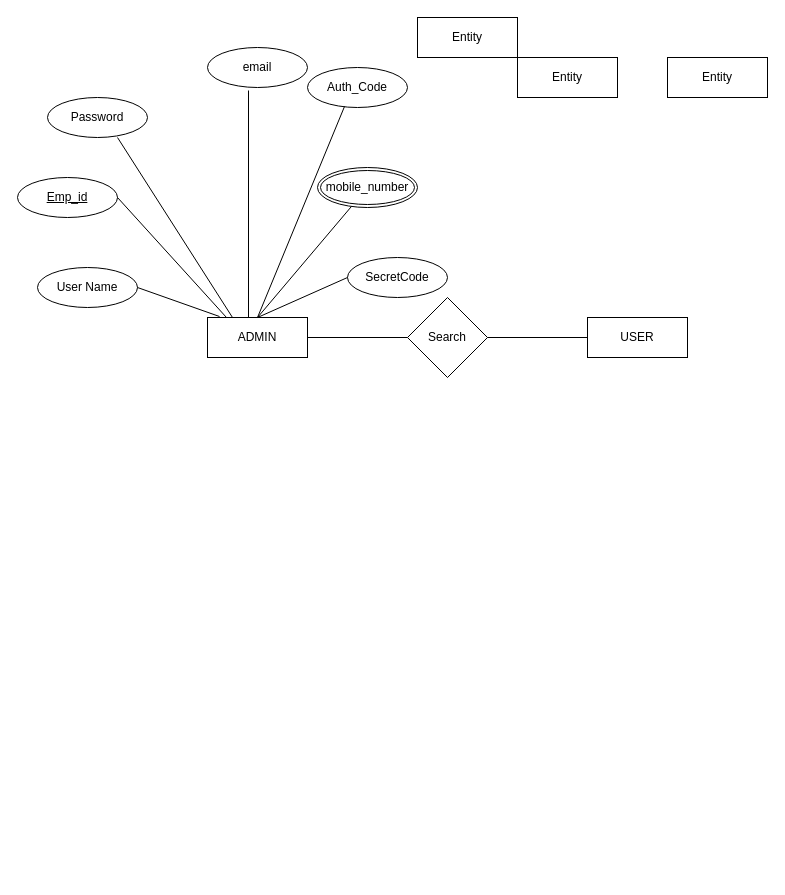
Before: Placement_erd.drawio in shalulaha/Minor_Project, a draw.io diagram. Source tidied: cells renumbered, new cells numbered last; positions are measured from the earlier drawing's top-left corner, leaving out a move shared by most shapes. Both pictures are drawn from the tidied source at 100%, with x=0, y=0 at pixel (17, 17).
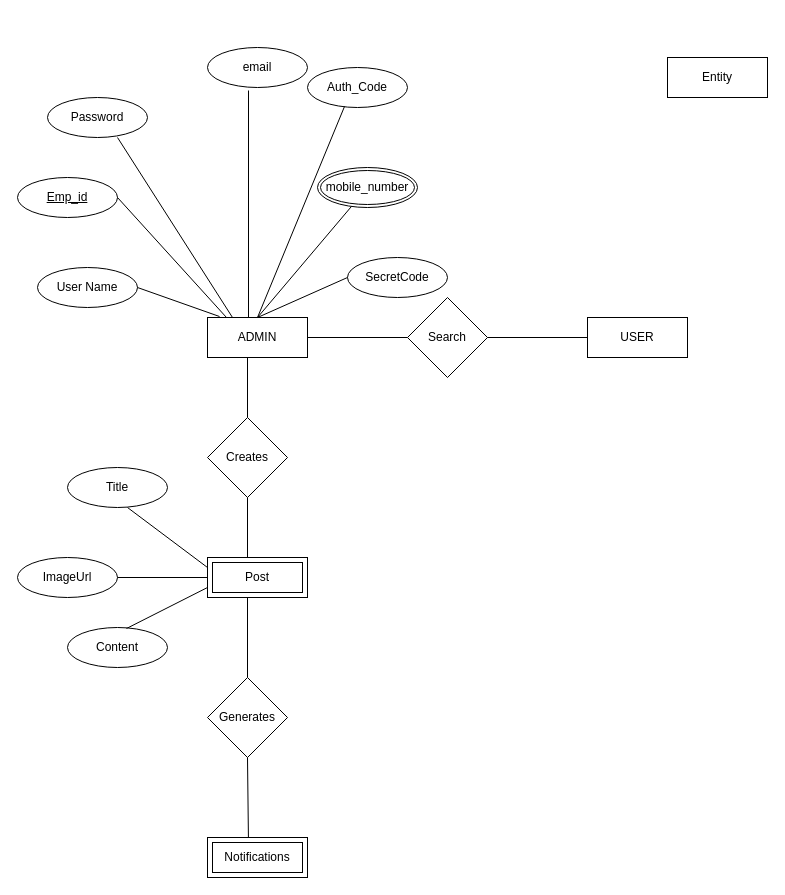
The same diagram, later.

Diff of the diagram source:
```diff
@@
-    <mxCell id="3" value="Entity" style="whiteSpace=wrap;html=1;align=center;" parent="1" vertex="1">
-      <mxGeometry x="400" width="100" height="40" as="geometry" />
-    </mxCell>
-    <mxCell id="4" value="Entity" style="whiteSpace=wrap;html=1;align=center;" parent="1" vertex="1">
-      <mxGeometry x="500" y="40" width="100" height="40" as="geometry" />
-    </mxCell>
@@
+    <mxCell id="24" value="Creates" style="rhombus;whiteSpace=wrap;html=1;" parent="1" vertex="1">
+      <mxGeometry x="190" y="400" width="80" height="80" as="geometry" />
+    </mxCell>
+    <mxCell id="25" style="endArrow=none;html=1;rounded=0;exitX=0.5;exitY=0;exitDx=0;exitDy=0;" parent="1" edge="1" source="24">
+      <mxGeometry relative="1" as="geometry">
+        <mxPoint x="230" y="340" as="targetPoint" />
+      </mxGeometry>
+    </mxCell>
+    <mxCell id="26" style="endArrow=none;html=1;rounded=0;" parent="1" edge="1">
+      <mxGeometry relative="1" as="geometry">
+        <mxPoint x="230" y="540" as="sourcePoint" />
+        <mxPoint x="230" y="480" as="targetPoint" />
+      </mxGeometry>
+    </mxCell>
+    <mxCell id="27" value="Generates" style="rhombus;whiteSpace=wrap;html=1;" parent="1" vertex="1">
+      <mxGeometry x="190" y="660" width="80" height="80" as="geometry" />
+    </mxCell>
+    <mxCell id="28" style="endArrow=none;html=1;rounded=0;exitX=0.5;exitY=0;exitDx=0;exitDy=0;" parent="1" edge="1" source="27">
+      <mxGeometry relative="1" as="geometry">
+        <mxPoint x="230" y="580" as="targetPoint" />
+      </mxGeometry>
+    </mxCell>
+    <mxCell id="29" style="endArrow=none;html=1;rounded=0;exitX=0.41;exitY=-0.075;exitDx=0;exitDy=0;exitPerimeter=0;" parent="1" edge="1">
+      <mxGeometry relative="1" as="geometry">
+        <mxPoint x="231" y="827" as="sourcePoint" />
+        <mxPoint x="230" y="740" as="targetPoint" />
+      </mxGeometry>
+    </mxCell>
+    <mxCell id="30" value="Post" style="shape=ext;margin=3;double=1;whiteSpace=wrap;html=1;align=center;" parent="1" vertex="1">
+      <mxGeometry x="190" y="540" width="100" height="40" as="geometry" />
+    </mxCell>
+    <mxCell id="31" value="Notifications" style="shape=ext;margin=3;double=1;whiteSpace=wrap;html=1;align=center;" parent="1" vertex="1">
+      <mxGeometry x="190" y="820" width="100" height="40" as="geometry" />
+    </mxCell>
+    <mxCell id="32" value="Title" style="ellipse;whiteSpace=wrap;html=1;align=center;" parent="1" vertex="1">
+      <mxGeometry x="50" y="450" width="100" height="40" as="geometry" />
+    </mxCell>
+    <mxCell id="33" value="ImageUrl" style="ellipse;whiteSpace=wrap;html=1;align=center;" parent="1" vertex="1">
+      <mxGeometry y="540" width="100" height="40" as="geometry" />
+    </mxCell>
+    <mxCell id="34" value="Content" style="ellipse;whiteSpace=wrap;html=1;align=center;" parent="1" vertex="1">
+      <mxGeometry x="50" y="610" width="100" height="40" as="geometry" />
+    </mxCell>
+    <mxCell id="35" style="endArrow=none;html=1;rounded=0;exitX=0;exitY=0.25;exitDx=0;exitDy=0;" parent="1" edge="1" source="30">
+      <mxGeometry relative="1" as="geometry">
+        <mxPoint x="110" y="490" as="targetPoint" />
+      </mxGeometry>
+    </mxCell>
+    <mxCell id="36" style="endArrow=none;html=1;rounded=0;exitX=1;exitY=0.5;exitDx=0;exitDy=0;" parent="1" edge="1" source="33">
+      <mxGeometry relative="1" as="geometry">
+        <mxPoint x="190" y="560" as="targetPoint" />
+      </mxGeometry>
+    </mxCell>
+    <mxCell id="37" style="endArrow=none;html=1;rounded=0;exitX=0.59;exitY=0.025;exitDx=0;exitDy=0;exitPerimeter=0;" parent="1" edge="1" source="34">
+      <mxGeometry relative="1" as="geometry">
+        <mxPoint x="190" y="570" as="targetPoint" />
+      </mxGeometry>
+    </mxCell>
```
